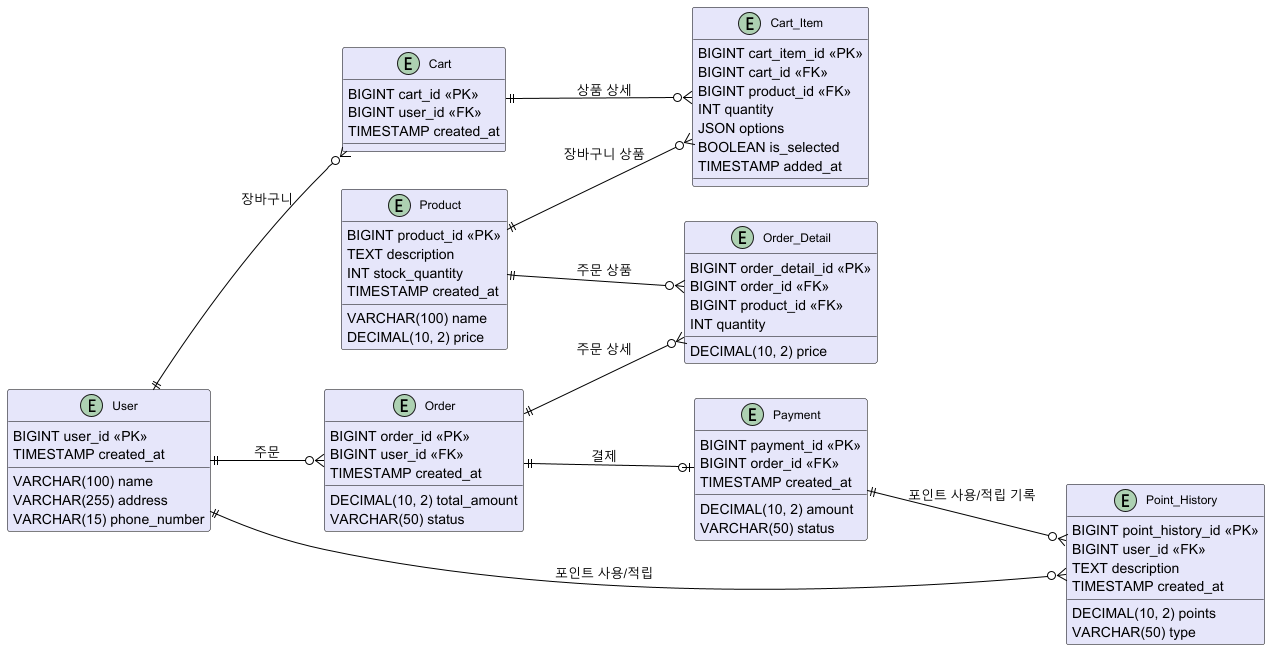
Above: src/main/resources/images/ERD.png in kjh418/hhplus-e-commerce (PlantUML), before the change.
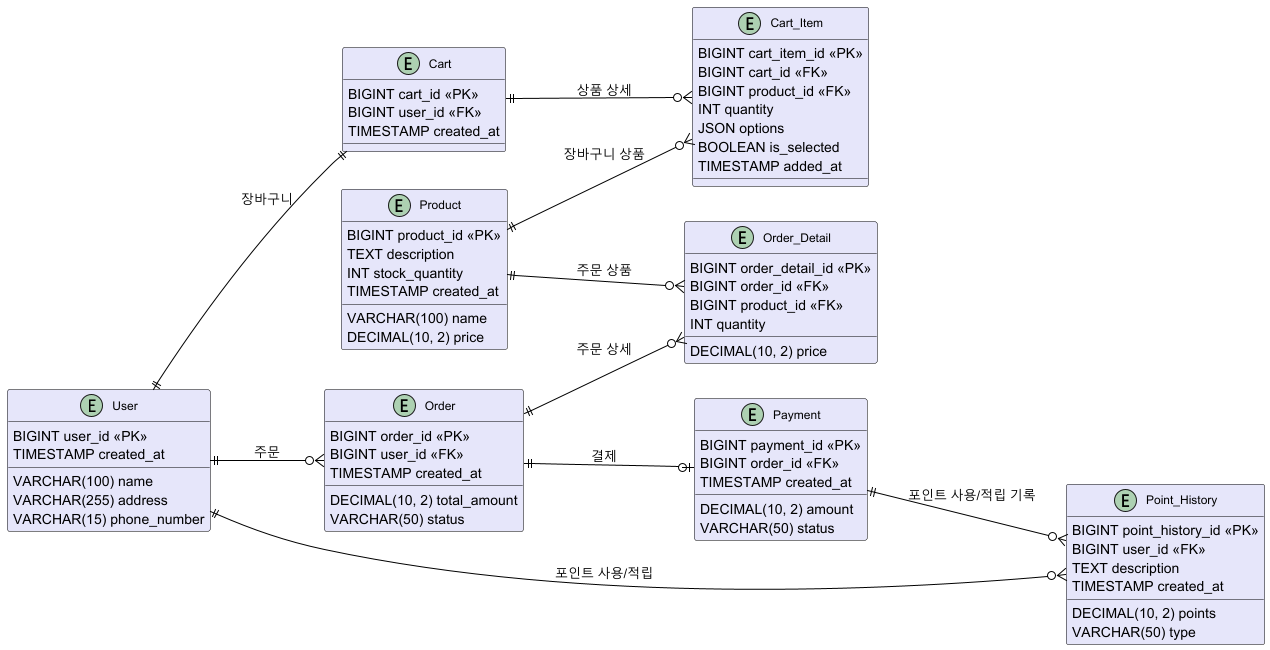
Above is the later version.

Commit message:
fix : [#9] user와 cart는 1:1 관계

What changed in the source:
```diff
@@ -76,7 +76,7 @@
   TIMESTAMP created_at
 }
 
-User ||--o{ Cart : "장바구니"
+User ||--|| Cart : "장바구니"
 User ||--o{ Order : "주문"
 User ||--o{ Point_History : "포인트 사용/적립"
 
```
